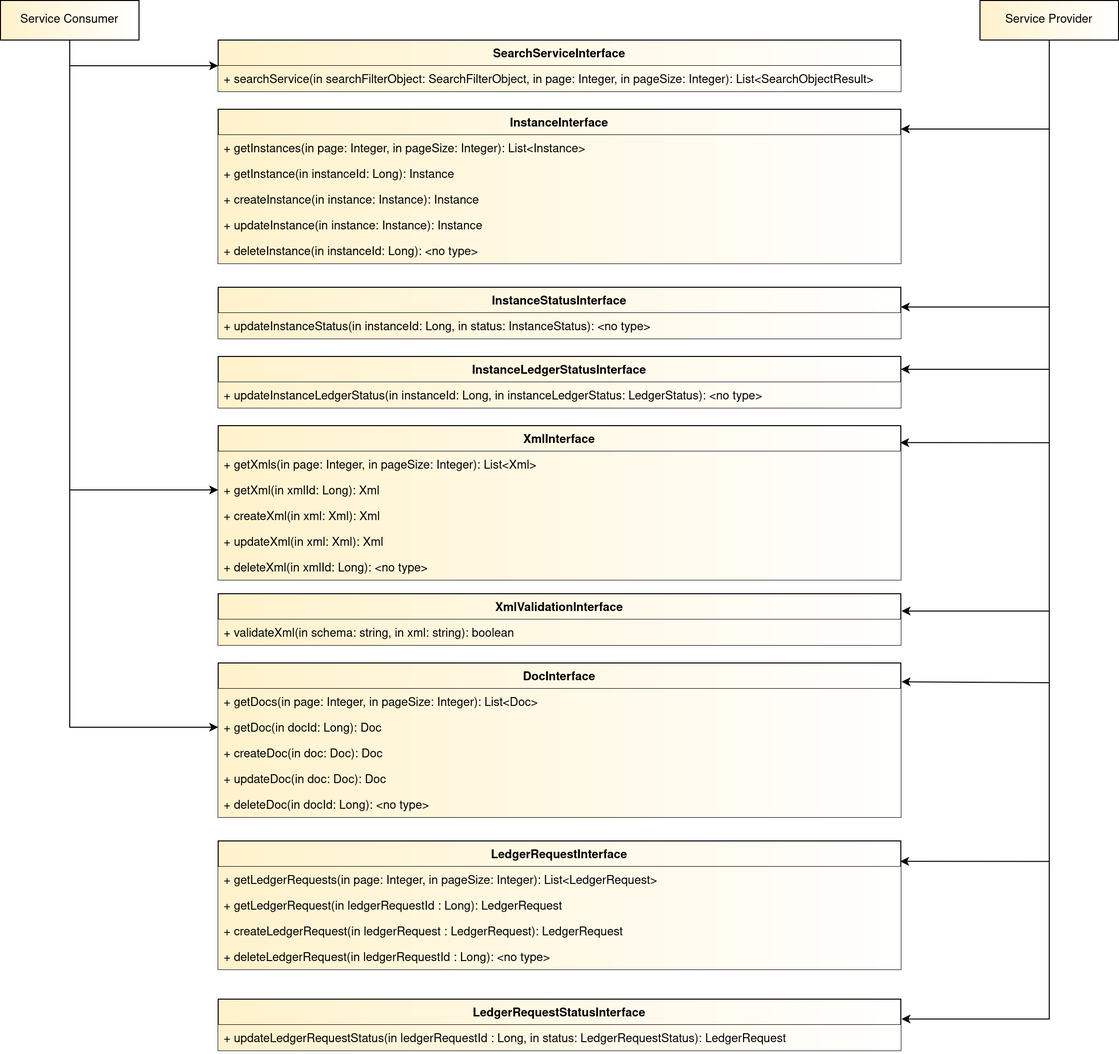
Above: materials/interfacedefinitions.drawio.png in maritimeconnectivity/g1128-msr-service-specification (draw.io), before the change. Source tidied: cells renumbered, new cells last; positions are measured from the earlier drawing's top-left corner, leaving out a move shared by most shapes. Its diagram source:
```xml
<mxGraphModel>
  <root>
    <mxCell id="0" />
    <mxCell id="1" parent="0" />
    <mxCell id="2" value="InstanceInterface" style="swimlane;fontStyle=1;align=center;verticalAlign=top;horizontal=1;startSize=26;rounded=0;glass=0;fillColor=#fff2cc;gradientDirection=east;strokeColor=#000000;gradientColor=#ffffff;" parent="1" vertex="1">
      <mxGeometry x="220" y="110" width="690" height="156" as="geometry" />
    </mxCell>
    <mxCell id="3" value="+ getInstances(in page: Integer, in pageSize: Integer): List&lt;Instance&gt;" style="text;strokeColor=none;fillColor=#fff2cc;align=left;verticalAlign=top;spacingLeft=4;spacingRight=4;overflow=hidden;rounded=0;glass=0;gradientColor=#ffffff;gradientDirection=east;strokeWidth=1;" parent="2" vertex="1">
      <mxGeometry y="26" width="690" height="26" as="geometry" />
    </mxCell>
    <mxCell id="4" value="+ getInstance(in instanceId: Long): Instance" style="text;strokeColor=none;fillColor=#fff2cc;align=left;verticalAlign=top;spacingLeft=4;spacingRight=4;overflow=hidden;rounded=0;glass=0;gradientColor=#ffffff;gradientDirection=east;strokeWidth=1;" parent="2" vertex="1">
      <mxGeometry y="52" width="690" height="26" as="geometry" />
    </mxCell>
    <mxCell id="5" value="+ createInstance(in instance: Instance): Instance" style="text;strokeColor=none;fillColor=#fff2cc;align=left;verticalAlign=top;spacingLeft=4;spacingRight=4;overflow=hidden;rounded=0;glass=0;gradientColor=#ffffff;gradientDirection=east;strokeWidth=1;" parent="2" vertex="1">
      <mxGeometry y="78" width="690" height="26" as="geometry" />
    </mxCell>
    <mxCell id="6" value="+ updateInstance(in instance: Instance): Instance" style="text;strokeColor=none;fillColor=#fff2cc;align=left;verticalAlign=top;spacingLeft=4;spacingRight=4;overflow=hidden;rounded=0;glass=0;gradientColor=#ffffff;gradientDirection=east;strokeWidth=1;" parent="2" vertex="1">
      <mxGeometry y="104" width="690" height="26" as="geometry" />
    </mxCell>
    <mxCell id="7" value="+ deleteInstance(in instanceId: Long): &lt;no type&gt;&#10;" style="text;strokeColor=none;fillColor=#fff2cc;align=left;verticalAlign=top;spacingLeft=4;spacingRight=4;overflow=hidden;rounded=0;glass=0;gradientColor=#ffffff;gradientDirection=east;strokeWidth=1;" parent="2" vertex="1">
      <mxGeometry y="130" width="690" height="26" as="geometry" />
    </mxCell>
    <mxCell id="8" value="DocInterface" style="swimlane;fontStyle=1;align=center;verticalAlign=top;horizontal=1;startSize=26;rounded=0;glass=0;fillColor=#fff2cc;gradientDirection=east;strokeColor=#000000;gradientColor=#ffffff;" parent="1" vertex="1">
      <mxGeometry x="220" y="670" width="690" height="156" as="geometry" />
    </mxCell>
    <mxCell id="9" value="+ getDocs(in page: Integer, in pageSize: Integer): List&lt;Doc&gt;" style="text;strokeColor=none;fillColor=#fff2cc;align=left;verticalAlign=top;spacingLeft=4;spacingRight=4;overflow=hidden;rounded=0;glass=0;gradientColor=#ffffff;gradientDirection=east;strokeWidth=1;" parent="8" vertex="1">
      <mxGeometry y="26" width="690" height="26" as="geometry" />
    </mxCell>
    <mxCell id="10" value="+ getDoc(in docId: Long): Doc" style="text;strokeColor=none;fillColor=#fff2cc;align=left;verticalAlign=top;spacingLeft=4;spacingRight=4;overflow=hidden;points=[[0,0.5],[1,0.5]];portConstraint=eastwest;rounded=0;glass=0;gradientColor=#ffffff;gradientDirection=east;strokeWidth=1;" parent="8" vertex="1">
      <mxGeometry y="52" width="690" height="26" as="geometry" />
    </mxCell>
    <mxCell id="11" value="+ createDoc(in doc: Doc): Doc" style="text;strokeColor=none;fillColor=#fff2cc;align=left;verticalAlign=top;spacingLeft=4;spacingRight=4;overflow=hidden;rounded=0;glass=0;gradientColor=#ffffff;gradientDirection=east;strokeWidth=1;" parent="8" vertex="1">
      <mxGeometry y="78" width="690" height="26" as="geometry" />
    </mxCell>
    <mxCell id="12" value="+ updateDoc(in doc: Doc): Doc" style="text;strokeColor=none;fillColor=#fff2cc;align=left;verticalAlign=top;spacingLeft=4;spacingRight=4;overflow=hidden;rounded=0;glass=0;gradientColor=#ffffff;gradientDirection=east;strokeWidth=1;" parent="8" vertex="1">
      <mxGeometry y="104" width="690" height="26" as="geometry" />
    </mxCell>
    <mxCell id="13" value="+ deleteDoc(in docId: Long): &lt;no type&gt;&#10;" style="text;strokeColor=none;fillColor=#fff2cc;align=left;verticalAlign=top;spacingLeft=4;spacingRight=4;overflow=hidden;rounded=0;glass=0;gradientColor=#ffffff;gradientDirection=east;strokeWidth=1;" parent="8" vertex="1">
      <mxGeometry y="130" width="690" height="26" as="geometry" />
    </mxCell>
    <mxCell id="14" value="XmlInterface" style="swimlane;fontStyle=1;align=center;verticalAlign=top;horizontal=1;startSize=26;rounded=0;glass=0;fillColor=#fff2cc;gradientDirection=east;strokeColor=#000000;gradientColor=#ffffff;" parent="1" vertex="1">
      <mxGeometry x="220" y="430" width="690" height="156" as="geometry" />
    </mxCell>
    <mxCell id="15" value="+ getXmls(in page: Integer, in pageSize: Integer): List&lt;Xml&gt;" style="text;strokeColor=none;fillColor=#fff2cc;align=left;verticalAlign=top;spacingLeft=4;spacingRight=4;overflow=hidden;rounded=0;glass=0;gradientColor=#ffffff;gradientDirection=east;strokeWidth=1;" parent="14" vertex="1">
      <mxGeometry y="26" width="690" height="26" as="geometry" />
    </mxCell>
    <mxCell id="16" value="+ getXml(in xmlId: Long): Xml" style="text;strokeColor=none;fillColor=#fff2cc;align=left;verticalAlign=top;spacingLeft=4;spacingRight=4;overflow=hidden;points=[[0,0.5],[1,0.5]];portConstraint=eastwest;rounded=0;glass=0;gradientColor=#ffffff;gradientDirection=east;strokeWidth=1;" parent="14" vertex="1">
      <mxGeometry y="52" width="690" height="26" as="geometry" />
    </mxCell>
    <mxCell id="17" value="+ createXml(in xml: Xml): Xml" style="text;strokeColor=none;fillColor=#fff2cc;align=left;verticalAlign=top;spacingLeft=4;spacingRight=4;overflow=hidden;rounded=0;glass=0;gradientColor=#ffffff;gradientDirection=east;strokeWidth=1;" parent="14" vertex="1">
      <mxGeometry y="78" width="690" height="26" as="geometry" />
    </mxCell>
    <mxCell id="18" value="+ updateXml(in xml: Xml): Xml" style="text;strokeColor=none;fillColor=#fff2cc;align=left;verticalAlign=top;spacingLeft=4;spacingRight=4;overflow=hidden;rounded=0;glass=0;gradientColor=#ffffff;gradientDirection=east;strokeWidth=1;" parent="14" vertex="1">
      <mxGeometry y="104" width="690" height="26" as="geometry" />
    </mxCell>
    <mxCell id="19" value="+ deleteXml(in xmlId: Long): &lt;no type&gt;&#10;" style="text;strokeColor=none;fillColor=#fff2cc;align=left;verticalAlign=top;spacingLeft=4;spacingRight=4;overflow=hidden;rounded=0;glass=0;gradientColor=#ffffff;gradientDirection=east;strokeWidth=1;" parent="14" vertex="1">
      <mxGeometry y="130" width="690" height="26" as="geometry" />
    </mxCell>
    <mxCell id="20" value="SearchServiceInterface" style="swimlane;fontStyle=1;align=center;verticalAlign=top;horizontal=1;startSize=26;rounded=0;glass=0;fillColor=#fff2cc;gradientDirection=east;strokeColor=#000000;gradientColor=#ffffff;" parent="1" vertex="1">
      <mxGeometry x="220" y="40" width="690" height="52" as="geometry" />
    </mxCell>
    <mxCell id="21" value="+ searchService(in searchFilterObject: SearchFilterObject, in page: Integer, in pageSize: Integer): List&lt;SearchObjectResult&gt;" style="text;strokeColor=none;fillColor=#fff2cc;align=left;verticalAlign=top;spacingLeft=4;spacingRight=4;overflow=hidden;rounded=0;glass=0;gradientColor=#ffffff;gradientDirection=east;strokeWidth=1;" parent="20" vertex="1">
      <mxGeometry y="26" width="690" height="26" as="geometry" />
    </mxCell>
    <mxCell id="22" style="edgeStyle=orthogonalEdgeStyle;rounded=0;jettySize=auto;html=1;exitX=0.5;exitY=1;exitDx=0;exitDy=0;" parent="1" edge="1" source="30">
      <mxGeometry relative="1" as="geometry">
        <mxPoint x="910" y="130" as="targetPoint" />
        <Array as="points">
          <mxPoint x="1060" y="130" />
        </Array>
      </mxGeometry>
    </mxCell>
    <mxCell id="23" style="edgeStyle=orthogonalEdgeStyle;rounded=0;jettySize=auto;html=1;exitX=0.5;exitY=1;exitDx=0;exitDy=0;entryX=0.999;entryY=0.11;entryDx=0;entryDy=0;entryPerimeter=0;" parent="1" edge="1" source="30" target="14">
      <mxGeometry relative="1" as="geometry" />
    </mxCell>
    <mxCell id="24" style="edgeStyle=orthogonalEdgeStyle;rounded=0;jettySize=auto;html=1;entryX=1.001;entryY=0.122;entryDx=0;entryDy=0;exitX=0.5;exitY=1;exitDx=0;exitDy=0;entryPerimeter=0;" parent="1" edge="1" source="30" target="8">
      <mxGeometry relative="1" as="geometry">
        <Array as="points">
          <mxPoint x="1060" y="690" />
        </Array>
      </mxGeometry>
    </mxCell>
    <mxCell id="25" style="edgeStyle=orthogonalEdgeStyle;rounded=0;jettySize=auto;html=1;entryX=0.999;entryY=0.159;entryDx=0;entryDy=0;exitX=0.5;exitY=1;exitDx=0;exitDy=0;entryPerimeter=0;" parent="1" edge="1" source="30" target="35">
      <mxGeometry relative="1" as="geometry">
        <Array as="points">
          <mxPoint x="1060" y="871" />
        </Array>
      </mxGeometry>
    </mxCell>
    <mxCell id="26" style="edgeStyle=orthogonalEdgeStyle;rounded=0;jettySize=auto;html=1;" parent="1" edge="1" source="30">
      <mxGeometry relative="1" as="geometry">
        <mxPoint x="910" y="310" as="targetPoint" />
        <Array as="points">
          <mxPoint x="1060" y="310" />
          <mxPoint x="910" y="310" />
        </Array>
      </mxGeometry>
    </mxCell>
    <mxCell id="27" style="edgeStyle=orthogonalEdgeStyle;rounded=0;jettySize=auto;html=1;entryX=1;entryY=0.25;entryDx=0;entryDy=0;" parent="1" edge="1" source="30" target="44">
      <mxGeometry relative="1" as="geometry">
        <Array as="points">
          <mxPoint x="1060" y="373" />
        </Array>
      </mxGeometry>
    </mxCell>
    <mxCell id="28" style="edgeStyle=orthogonalEdgeStyle;rounded=0;jettySize=auto;html=1;entryX=1.001;entryY=0.387;entryDx=0;entryDy=0;entryPerimeter=0;" parent="1" edge="1" source="30" target="40">
      <mxGeometry relative="1" as="geometry">
        <Array as="points">
          <mxPoint x="1060" y="1030" />
        </Array>
      </mxGeometry>
    </mxCell>
    <mxCell id="29" style="edgeStyle=orthogonalEdgeStyle;rounded=0;jettySize=auto;html=1;entryX=1.001;entryY=0.336;entryDx=0;entryDy=0;exitX=0.5;exitY=1;exitDx=0;exitDy=0;entryPerimeter=0;" parent="1" edge="1" source="30" target="46">
      <mxGeometry relative="1" as="geometry" />
    </mxCell>
    <mxCell id="30" value="&lt;div&gt;Service Provider&lt;/div&gt;" style="rounded=0;whiteSpace=wrap;html=1;glass=0;strokeColor=#000000;strokeWidth=1;fillColor=#fff2cc;gradientDirection=east;gradientColor=#ffffff;" parent="1" vertex="1">
      <mxGeometry x="990" width="140" height="40" as="geometry" />
    </mxCell>
    <mxCell id="31" style="edgeStyle=orthogonalEdgeStyle;rounded=0;jettySize=auto;html=1;entryX=0;entryY=0.5;entryDx=0;entryDy=0;exitX=0.5;exitY=1;exitDx=0;exitDy=0;" parent="1" edge="1" source="34" target="20">
      <mxGeometry relative="1" as="geometry">
        <Array as="points">
          <mxPoint x="70" y="66" />
        </Array>
      </mxGeometry>
    </mxCell>
    <mxCell id="32" style="edgeStyle=orthogonalEdgeStyle;rounded=0;jettySize=auto;html=1;entryX=0;entryY=0.5;entryDx=0;entryDy=0;" parent="1" edge="1" source="34" target="16">
      <mxGeometry relative="1" as="geometry" />
    </mxCell>
    <mxCell id="33" style="edgeStyle=orthogonalEdgeStyle;rounded=0;jettySize=auto;html=1;entryX=0;entryY=0.5;entryDx=0;entryDy=0;exitX=0.5;exitY=1;exitDx=0;exitDy=0;" parent="1" edge="1" source="34" target="10">
      <mxGeometry relative="1" as="geometry" />
    </mxCell>
    <mxCell id="34" value="&lt;div&gt;Service Consumer&lt;/div&gt;" style="rounded=0;whiteSpace=wrap;html=1;glass=0;strokeColor=#000000;strokeWidth=1;fillColor=#fff2cc;gradientDirection=east;gradientColor=#ffffff;" parent="1" vertex="1">
      <mxGeometry width="140" height="40" as="geometry" />
    </mxCell>
    <mxCell id="35" value="LedgerRequestInterface" style="swimlane;fontStyle=1;align=center;verticalAlign=top;horizontal=1;startSize=26;rounded=0;glass=0;fillColor=#fff2cc;gradientDirection=east;strokeColor=#000000;gradientColor=#ffffff;" parent="1" vertex="1">
      <mxGeometry x="220" y="850" width="690" height="130" as="geometry" />
    </mxCell>
    <mxCell id="36" value="+ getLedgerRequests(in page: Integer, in pageSize: Integer): List&lt;LedgerRequest&gt;" style="text;strokeColor=none;fillColor=#fff2cc;align=left;verticalAlign=top;spacingLeft=4;spacingRight=4;overflow=hidden;rounded=0;glass=0;gradientColor=#ffffff;gradientDirection=east;strokeWidth=1;" parent="35" vertex="1">
      <mxGeometry y="26" width="690" height="26" as="geometry" />
    </mxCell>
    <mxCell id="37" value="+ getLedgerRequest(in ledgerRequestId : Long): LedgerRequest " style="text;strokeColor=none;fillColor=#fff2cc;align=left;verticalAlign=top;spacingLeft=4;spacingRight=4;overflow=hidden;rounded=0;glass=0;gradientColor=#ffffff;gradientDirection=east;strokeWidth=1;" parent="35" vertex="1">
      <mxGeometry y="52" width="690" height="26" as="geometry" />
    </mxCell>
    <mxCell id="38" value="+ createLedgerRequest(in ledgerRequest : LedgerRequest): LedgerRequest" style="text;strokeColor=none;fillColor=#fff2cc;align=left;verticalAlign=top;spacingLeft=4;spacingRight=4;overflow=hidden;rounded=0;glass=0;gradientColor=#ffffff;gradientDirection=east;strokeWidth=1;" parent="35" vertex="1">
      <mxGeometry y="78" width="690" height="26" as="geometry" />
    </mxCell>
    <mxCell id="39" value="+ deleteLedgerRequest(in ledgerRequestId : Long): &lt;no type&gt;&#10;" style="text;strokeColor=none;fillColor=#fff2cc;align=left;verticalAlign=top;spacingLeft=4;spacingRight=4;overflow=hidden;rounded=0;glass=0;gradientColor=#ffffff;gradientDirection=east;strokeWidth=1;" parent="35" vertex="1">
      <mxGeometry y="104" width="690" height="26" as="geometry" />
    </mxCell>
    <mxCell id="40" value="LedgerRequestStatusInterface" style="swimlane;fontStyle=1;align=center;verticalAlign=top;horizontal=1;startSize=26;rounded=0;glass=0;fillColor=#fff2cc;gradientDirection=east;strokeColor=#000000;gradientColor=#ffffff;" parent="1" vertex="1">
      <mxGeometry x="220" y="1010" width="690" height="52" as="geometry" />
    </mxCell>
    <mxCell id="41" value="+ updateLedgerRequestStatus(in ledgerRequestId : Long, in status: LedgerRequestStatus): LedgerRequest" style="text;strokeColor=none;fillColor=#fff2cc;align=left;verticalAlign=top;spacingLeft=4;spacingRight=4;overflow=hidden;rounded=0;glass=0;gradientColor=#ffffff;gradientDirection=east;strokeWidth=1;" parent="40" vertex="1">
      <mxGeometry y="26" width="690" height="26" as="geometry" />
    </mxCell>
    <mxCell id="42" value="InstanceStatusInterface" style="swimlane;fontStyle=1;align=center;verticalAlign=top;horizontal=1;startSize=26;rounded=0;glass=0;fillColor=#fff2cc;gradientDirection=east;strokeColor=#000000;gradientColor=#ffffff;" parent="1" vertex="1">
      <mxGeometry x="220" y="290" width="690" height="52" as="geometry" />
    </mxCell>
    <mxCell id="43" value="+ updateInstanceStatus(in instanceId: Long, in status: InstanceStatus): &lt;no type&gt;&#10;" style="text;strokeColor=none;fillColor=#fff2cc;align=left;verticalAlign=top;spacingLeft=4;spacingRight=4;overflow=hidden;rounded=0;glass=0;gradientColor=#ffffff;gradientDirection=east;strokeWidth=1;" parent="42" vertex="1">
      <mxGeometry y="26" width="690" height="26" as="geometry" />
    </mxCell>
    <mxCell id="44" value="InstanceLedgerStatusInterface" style="swimlane;fontStyle=1;align=center;verticalAlign=top;horizontal=1;startSize=26;rounded=0;glass=0;fillColor=#fff2cc;gradientDirection=east;strokeColor=#000000;gradientColor=#ffffff;" parent="1" vertex="1">
      <mxGeometry x="220" y="360" width="690" height="52" as="geometry" />
    </mxCell>
    <mxCell id="45" value="+ updateInstanceLedgerStatus(in instanceId: Long, in instanceLedgerStatus: LedgerStatus): &lt;no type&gt;&#10;" style="text;strokeColor=none;fillColor=#fff2cc;align=left;verticalAlign=top;spacingLeft=4;spacingRight=4;overflow=hidden;rounded=0;glass=0;gradientColor=#ffffff;gradientDirection=east;strokeWidth=1;" parent="44" vertex="1">
      <mxGeometry y="26" width="690" height="26" as="geometry" />
    </mxCell>
    <mxCell id="46" value="XmlValidationInterface" style="swimlane;fontStyle=1;align=center;verticalAlign=top;horizontal=1;startSize=26;rounded=0;glass=0;fillColor=#fff2cc;gradientDirection=east;strokeColor=#000000;gradientColor=#ffffff;" parent="1" vertex="1">
      <mxGeometry x="220" y="600" width="690" height="52" as="geometry" />
    </mxCell>
    <mxCell id="47" value="+ validateXml(in schema: string, in xml: string): boolean&#10;&#10;" style="text;strokeColor=none;fillColor=#fff2cc;align=left;verticalAlign=top;spacingLeft=4;spacingRight=4;overflow=hidden;rounded=0;glass=0;gradientColor=#ffffff;gradientDirection=east;strokeWidth=1;" parent="46" vertex="1">
      <mxGeometry y="26" width="690" height="26" as="geometry" />
    </mxCell>
  </root>
</mxGraphModel>
```
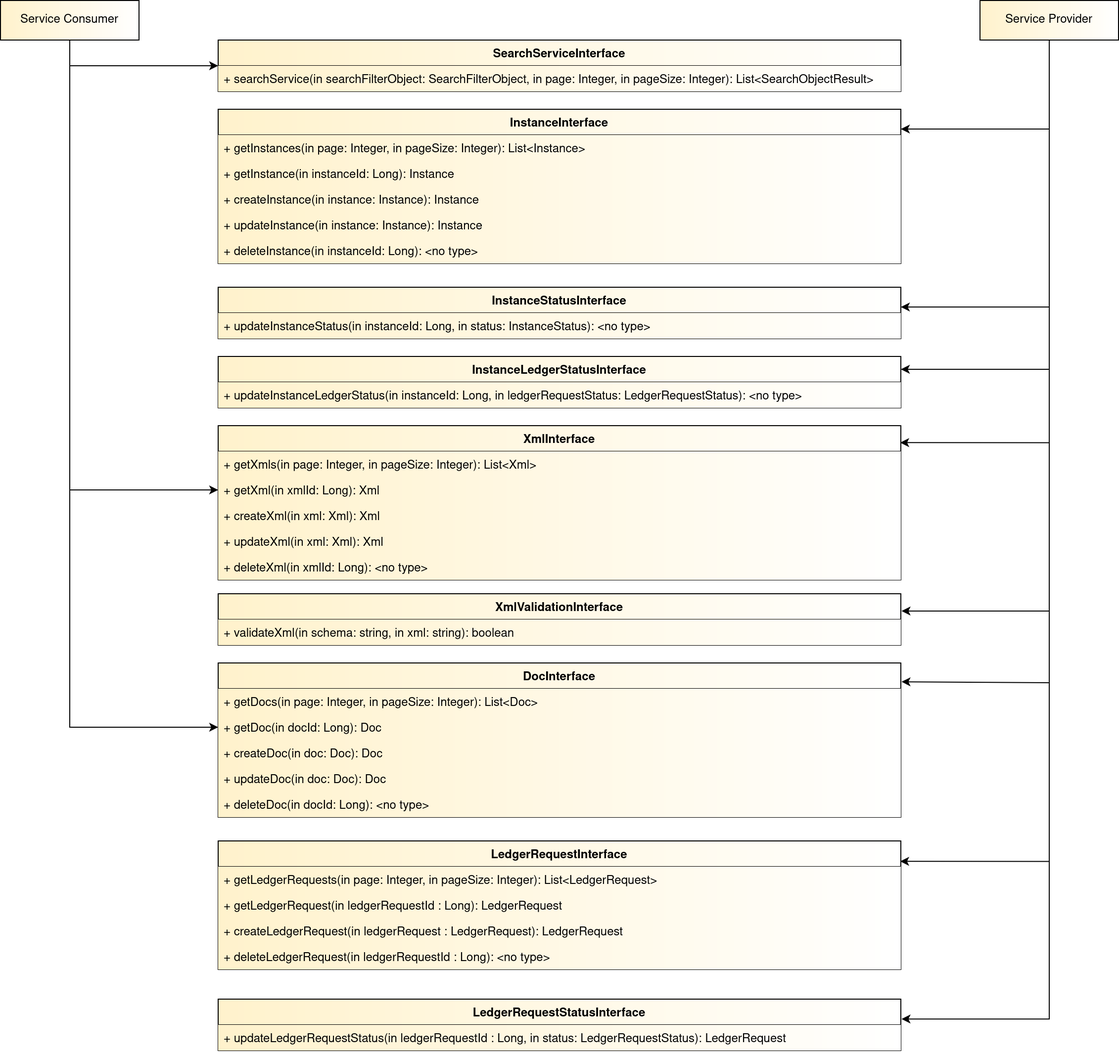
The same diagram one commit later.

Change to the diagram source:
```diff
@@ -162,7 +162,7 @@
     <mxCell id="44" value="InstanceLedgerStatusInterface" style="swimlane;fontStyle=1;align=center;verticalAlign=top;horizontal=1;startSize=26;rounded=0;glass=0;fillColor=#fff2cc;gradientDirection=east;strokeColor=#000000;gradientColor=#ffffff;" parent="1" vertex="1">
       <mxGeometry x="220" y="360" width="690" height="52" as="geometry" />
     </mxCell>
-    <mxCell id="45" value="+ updateInstanceLedgerStatus(in instanceId: Long, in instanceLedgerStatus: LedgerStatus): &lt;no type&gt;&#10;" style="text;strokeColor=none;fillColor=#fff2cc;align=left;verticalAlign=top;spacingLeft=4;spacingRight=4;overflow=hidden;rounded=0;glass=0;gradientColor=#ffffff;gradientDirection=east;strokeWidth=1;" parent="44" vertex="1">
+    <mxCell id="45" value="+ updateInstanceLedgerStatus(in instanceId: Long, in ledgerRequestStatus: LedgerRequestStatus): &lt;no type&gt;&#10;" style="text;strokeColor=none;fillColor=#fff2cc;align=left;verticalAlign=top;spacingLeft=4;spacingRight=4;overflow=hidden;rounded=0;glass=0;gradientColor=#ffffff;gradientDirection=east;strokeWidth=1;" parent="44" vertex="1">
       <mxGeometry y="26" width="690" height="26" as="geometry" />
     </mxCell>
     <mxCell id="46" value="XmlValidationInterface" style="swimlane;fontStyle=1;align=center;verticalAlign=top;horizontal=1;startSize=26;rounded=0;glass=0;fillColor=#fff2cc;gradientDirection=east;strokeColor=#000000;gradientColor=#ffffff;" parent="1" vertex="1">
```
